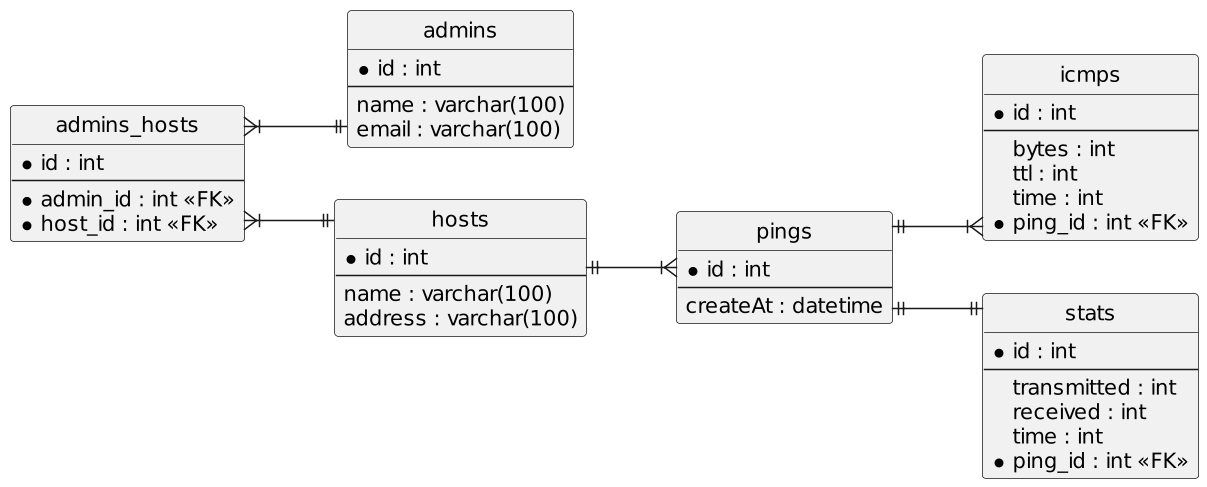
Above: public/imgs/database/monitor-db-hosts-admins-physical.png in ifpb/dw (PlantUML), before the change.
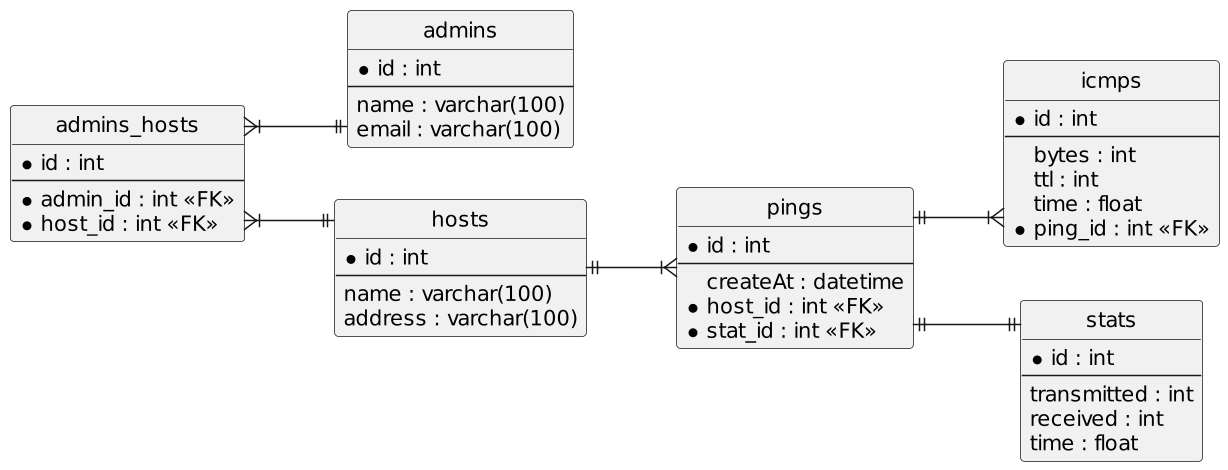
The same diagram one commit later.

The edit, as a diff of the source:
```diff
@@ -30,6 +30,8 @@
   *id : int
   --
   createAt : datetime
+  *host_id : int <<FK>>
+  *stat_id : int <<FK>>
 }
 
 entity "icmps" as icmp {
@@ -37,7 +39,7 @@
   --
   bytes : int
   ttl : int
-  time : int
+  time : float
   *ping_id : int <<FK>>
 }
 
@@ -46,8 +48,7 @@
   --
   transmitted : int
   received : int
-  time : int
-  *ping_id : int <<FK>>
+  time : float
 }
 
 ping ||--|{ icmp
```
